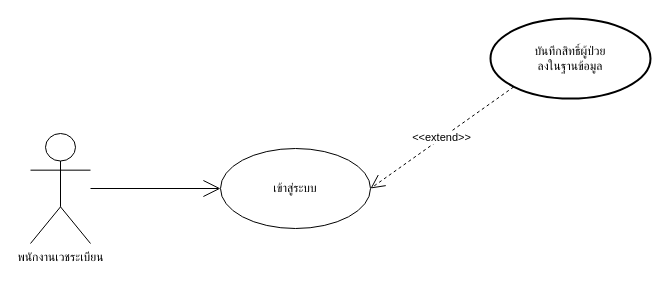
Above: page "System Use Case" (4 of 5) of draw_io/b6103866-1.drawio in sut63/team10 (draw.io), before the change. Source tidied: cells renumbered, new cells numbered last; positions are measured from the earlier drawing's top-left corner, leaving out a move shared by most shapes. Both pictures are drawn from the tidied source at 100%, with x=0, y=0 at pixel (30, 18).
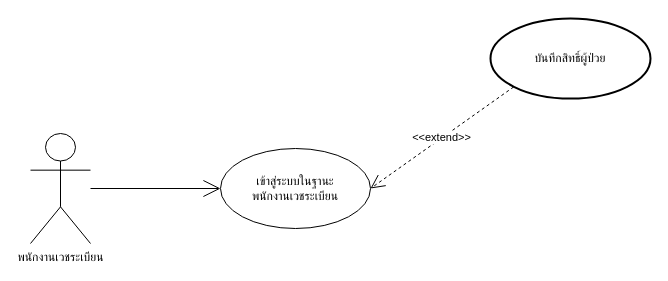
Above is the later version.

Change to the diagram source:
```diff
@@
 <mxGraphModel>
   <root>
     <mxCell id="0" />
     <mxCell id="1" parent="0" />
     <mxCell id="2" value="พนักงานเวชระเบียน" style="shape=umlActor;verticalLabelPosition=bottom;verticalAlign=top;html=1;" parent="1" vertex="1">
       <mxGeometry y="115" width="60" height="110" as="geometry" />
     </mxCell>
-    <mxCell id="3" value="บันทึกสิทธิ์ผู้ป่วย&lt;br&gt;ลงในฐานข้อมูล" style="strokeWidth=2;html=1;shape=mxgraph.flowchart.start_1;whiteSpace=wrap;" parent="1" vertex="1">
+    <mxCell id="3" value="บันทึกสิทธิ์ผู้ป่วย&lt;br&gt;" style="strokeWidth=2;html=1;shape=mxgraph.flowchart.start_1;whiteSpace=wrap;" parent="1" vertex="1">
       <mxGeometry x="460" width="160" height="80" as="geometry" />
     </mxCell>
     <mxCell id="4" value="&amp;lt;&amp;lt;extend&amp;gt;&amp;gt;" style="rounded=0;jettySize=auto;html=1;exitX=0.145;exitY=0.855;exitDx=0;exitDy=0;exitPerimeter=0;dashed=1;fontFamily=Helvetica;endArrow=open;endFill=0;endSize=12;entryX=1;entryY=0.5;entryDx=0;entryDy=0;" parent="1" edge="1" source="3" target="5">
       <mxGeometry relative="1" as="geometry" />
     </mxCell>
-    <mxCell id="5" value="เข้าสู่ระบบ" style="ellipse;whiteSpace=wrap;html=1;fontSize=12;" parent="1" vertex="1">
+    <mxCell id="5" value="เข้าสู่ระบบในฐานะ&lt;br&gt;พนักงานเวชระเบียน" style="ellipse;whiteSpace=wrap;html=1;fontSize=12;" parent="1" vertex="1">
       <mxGeometry x="190" y="130" width="150" height="80" as="geometry" />
     </mxCell>
     <mxCell id="6" style="endArrow=open;html=1;entryX=0;entryY=0.5;entryDx=0;entryDy=0;endFill=0;strokeWidth=1;jumpSize=12;endSize=15;" parent="1" edge="1" source="2" target="5">
       <mxGeometry relative="1" as="geometry" />
     </mxCell>
   </root>
 </mxGraphModel>
```
